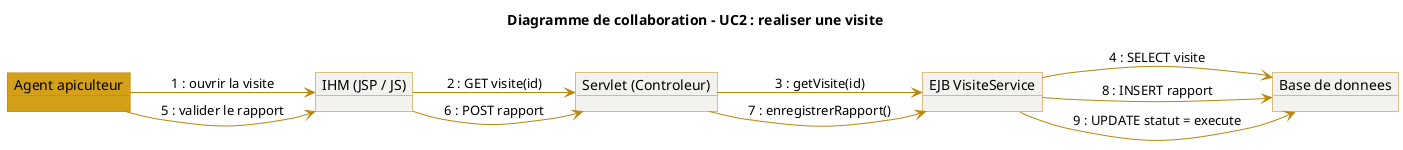
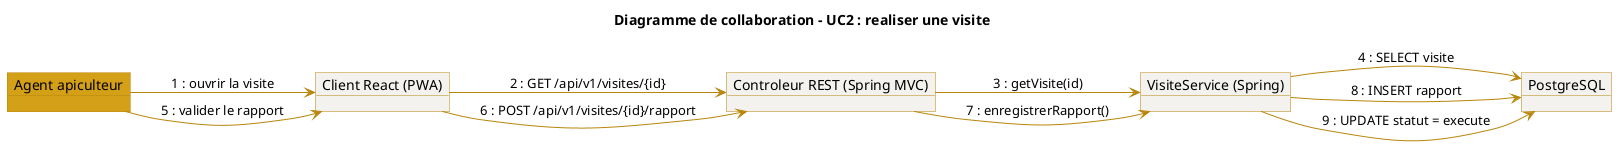
@startuml diagramme_collaboration
' Diagramme de collaboration (communication) - UC2
left to right direction
skinparam shadowing false
skinparam object {
  BackgroundColor #F3F2EE
  BorderColor #B8860B
  ArrowColor #B8860B
}
title Diagramme de collaboration - UC2 : realiser une visite

object "Agent apiculteur" as Agent #D4A017
- object "IHM (JSP / JS)" as IHM
- object "Servlet (Controleur)" as Servlet
- object "EJB VisiteService" as EJB
- object "Base de donnees" as BD
+ object "Client React (PWA)" as IHM
+ object "Controleur REST (Spring MVC)" as Ctrl
+ object "VisiteService (Spring)" as Svc
+ object "PostgreSQL" as BD

Agent --> IHM : "1 : ouvrir la visite"
- IHM --> Servlet : "2 : GET visite(id)"
- Servlet --> EJB : "3 : getVisite(id)"
- EJB --> BD : "4 : SELECT visite"
+ IHM --> Ctrl : "2 : GET /api/v1/visites/{id}"
+ Ctrl --> Svc : "3 : getVisite(id)"
+ Svc --> BD : "4 : SELECT visite"
Agent --> IHM : "5 : valider le rapport"
- IHM --> Servlet : "6 : POST rapport"
- Servlet --> EJB : "7 : enregistrerRapport()"
- EJB --> BD : "8 : INSERT rapport"
- EJB --> BD : "9 : UPDATE statut = execute"
+ IHM --> Ctrl : "6 : POST /api/v1/visites/{id}/rapport"
+ Ctrl --> Svc : "7 : enregistrerRapport()"
+ Svc --> BD : "8 : INSERT rapport"
+ Svc --> BD : "9 : UPDATE statut = execute"

@enduml
